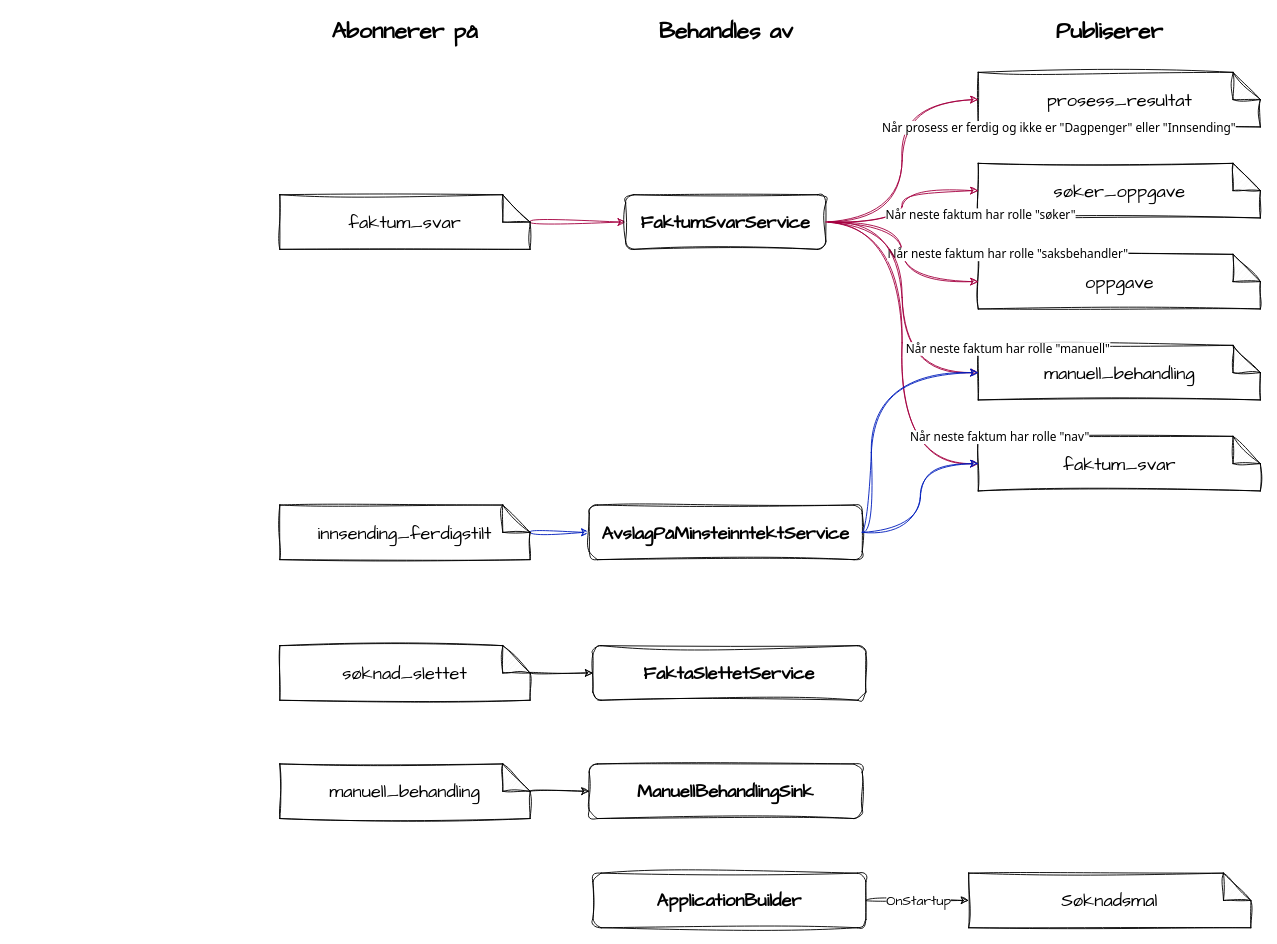
This is docs/innbyggerflate/losninger/soknad/dp-quiz-hendelser.drawio from navikt/dp-dokumentasjon, a draw.io file, before an edit. Source tidied: cells renumbered, new cells numbered last; positions are measured from the earlier drawing's top-left corner, leaving out a move shared by most shapes. Both pictures are drawn from the tidied source at 91%, with x=0, y=0 at pixel (279, 17).
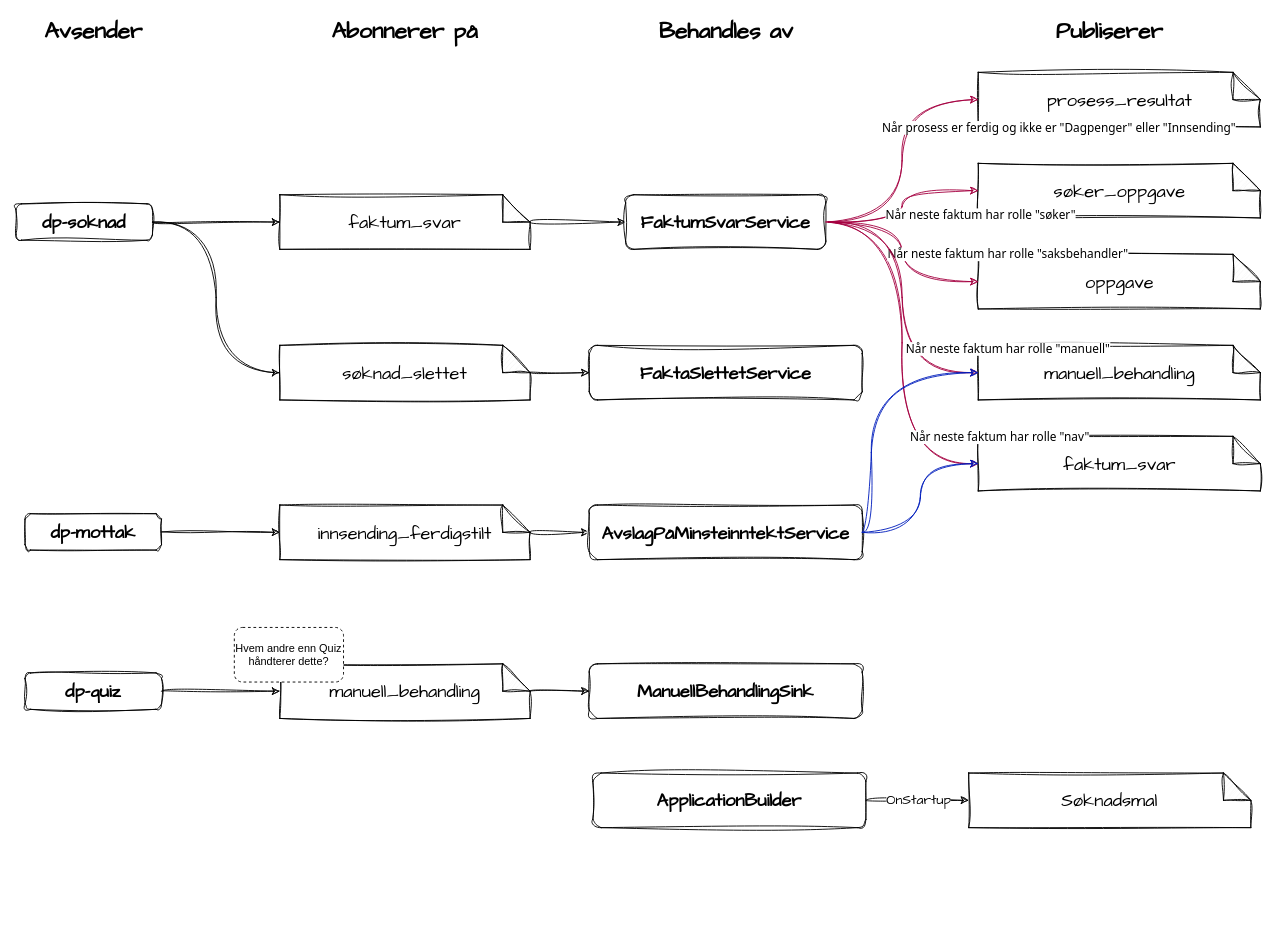
The same diagram, later.

Commit message:
Legger til avsender av hendelser

The change refers to these unchanged cells:
```xml
<mxCell id="3" value="&lt;div style=&quot;font-size: 20px;&quot;&gt;&lt;div style=&quot;font-size: 20px;&quot;&gt;&lt;span style=&quot;font-size: 20px;&quot;&gt;faktum_svar&lt;/span&gt;&lt;/div&gt;&lt;/div&gt;" style="shape=note;whiteSpace=wrap;html=1;backgroundOutline=1;darkOpacity=0.05;fontColor=default;labelBackgroundColor=none;sketch=1;curveFitting=1;jiggle=2;fontFamily=Architects Daughter;fontSize=20;" parent="1" vertex="1">
  <mxGeometry y="194.5" width="275" height="60" as="geometry" />
</mxCell>
<mxCell id="5" value="&lt;div style=&quot;font-size: 20px;&quot;&gt;&lt;div style=&quot;font-size: 20px;&quot;&gt;&lt;div style=&quot;font-size: 20px;&quot;&gt;&lt;div style=&quot;font-size: 20px;&quot;&gt;&lt;span style=&quot;font-size: 20px;&quot;&gt;innsending_ferdigstilt&lt;/span&gt;&lt;/div&gt;&lt;/div&gt;&lt;/div&gt;&lt;/div&gt;" style="shape=note;whiteSpace=wrap;html=1;backgroundOutline=1;darkOpacity=0.05;fontColor=default;labelBackgroundColor=none;sketch=1;curveFitting=1;jiggle=2;fontFamily=Architects Daughter;fontSize=20;" parent="1" vertex="1">
  <mxGeometry y="535.5" width="275" height="60" as="geometry" />
</mxCell>
<mxCell id="25" value="FaktumSvarService" style="rounded=1;whiteSpace=wrap;html=1;labelBorderColor=none;fontColor=default;labelBackgroundColor=none;fontSize=20;fontStyle=1;sketch=1;curveFitting=1;jiggle=2;fontFamily=Architects Daughter;" parent="1" vertex="1">
  <mxGeometry x="380" y="194.5" width="220" height="60" as="geometry" />
</mxCell>
<mxCell id="28" value="AvslagPåMinsteinntektService" style="rounded=1;whiteSpace=wrap;html=1;labelBorderColor=none;fontColor=default;labelBackgroundColor=none;fontSize=20;fontStyle=1;sketch=1;curveFitting=1;jiggle=2;fontFamily=Architects Daughter;" parent="1" vertex="1">
  <mxGeometry x="340" y="535.5" width="300" height="60" as="geometry" />
</mxCell>
```

Diff of the diagram source:
```diff
@@
-    <mxCell id="2" style="edgeStyle=orthogonalEdgeStyle;curved=1;html=1;entryX=0;entryY=0.5;entryDx=0;entryDy=0;fontSize=18;fontColor=#FFFFFF;sketch=1;curveFitting=1;jiggle=2;exitX=0;exitY=0;exitDx=275;exitDy=30;exitPerimeter=0;fillColor=#d80073;strokeColor=#A50040;" parent="1" edge="1" source="3" target="25">
+    <mxCell id="2" style="edgeStyle=orthogonalEdgeStyle;curved=1;html=1;entryX=0;entryY=0.5;entryDx=0;entryDy=0;fontSize=18;fontColor=#FFFFFF;sketch=1;curveFitting=1;jiggle=2;exitX=0;exitY=0;exitDx=275;exitDy=30;exitPerimeter=0;" parent="1" edge="1" source="3" target="25">
       <mxGeometry relative="1" as="geometry" />
     </mxCell>
@@
-    <mxCell id="4" style="edgeStyle=orthogonalEdgeStyle;curved=1;html=1;entryX=0;entryY=0.5;entryDx=0;entryDy=0;fontSize=18;fontColor=#FFFFFF;sketch=1;curveFitting=1;jiggle=2;fillColor=#0050ef;strokeColor=#001DBC;" parent="1" edge="1" source="5" target="28">
+    <mxCell id="4" style="edgeStyle=orthogonalEdgeStyle;curved=1;html=1;entryX=0;entryY=0.5;entryDx=0;entryDy=0;fontSize=18;fontColor=#FFFFFF;sketch=1;curveFitting=1;jiggle=2;" parent="1" edge="1" source="5" target="28">
       <mxGeometry relative="1" as="geometry" />
     </mxCell>
@@
     <mxCell id="7" value="&lt;div style=&quot;font-size: 20px;&quot;&gt;&lt;div style=&quot;font-size: 20px;&quot;&gt;&lt;div style=&quot;font-size: 20px;&quot;&gt;&lt;div style=&quot;font-size: 20px;&quot;&gt;&lt;div style=&quot;font-size: 20px;&quot;&gt;&lt;span style=&quot;font-size: 20px;&quot;&gt;søknad_slettet&lt;/span&gt;&lt;/div&gt;&lt;/div&gt;&lt;/div&gt;&lt;/div&gt;&lt;/div&gt;" style="shape=note;whiteSpace=wrap;html=1;backgroundOutline=1;darkOpacity=0.05;fontColor=default;labelBackgroundColor=none;sketch=1;curveFitting=1;jiggle=2;fontFamily=Architects Daughter;fontSize=20;" parent="1" vertex="1">
-      <mxGeometry y="690" width="275" height="60" as="geometry" />
+      <mxGeometry y="360" width="275" height="60" as="geometry" />
     </mxCell>
     <mxCell id="8" value="&lt;div style=&quot;font-size: 20px;&quot;&gt;&lt;div style=&quot;font-size: 20px;&quot;&gt;&lt;div style=&quot;font-size: 20px;&quot;&gt;&lt;div style=&quot;font-size: 20px;&quot;&gt;&lt;div style=&quot;font-size: 20px;&quot;&gt;&lt;div style=&quot;font-size: 20px;&quot;&gt;&lt;span style=&quot;font-size: 20px;&quot;&gt;manuell_behandling&lt;/span&gt;&lt;/div&gt;&lt;/div&gt;&lt;/div&gt;&lt;/div&gt;&lt;/div&gt;&lt;/div&gt;" style="shape=note;whiteSpace=wrap;html=1;backgroundOutline=1;darkOpacity=0.05;fontColor=default;labelBackgroundColor=none;sketch=1;curveFitting=1;jiggle=2;fontFamily=Architects Daughter;fontSize=20;" parent="1" vertex="1">
-      <mxGeometry y="820" width="275" height="60" as="geometry" />
+      <mxGeometry y="710" width="275" height="60" as="geometry" />
     </mxCell>
@@
     <mxCell id="16" value="Søknadsmal" style="shape=note;whiteSpace=wrap;html=1;backgroundOutline=1;darkOpacity=0.05;sketch=1;hachureGap=4;jiggle=2;curveFitting=1;fontFamily=Architects Daughter;fontSize=20;" parent="1" vertex="1">
-      <mxGeometry x="757" y="940" width="310" height="60" as="geometry" />
+      <mxGeometry x="757" y="830" width="310" height="60" as="geometry" />
     </mxCell>
@@
     <mxCell id="31" value="FaktaSlettetService" style="rounded=1;whiteSpace=wrap;html=1;labelBorderColor=none;fontColor=default;labelBackgroundColor=none;fontSize=20;fontStyle=1;sketch=1;curveFitting=1;jiggle=2;fontFamily=Architects Daughter;" parent="1" vertex="1">
-      <mxGeometry x="344" y="690" width="300" height="60" as="geometry" />
+      <mxGeometry x="340" y="360" width="300" height="60" as="geometry" />
     </mxCell>
     <mxCell id="32" value="ManuellBehandlingSink" style="rounded=1;whiteSpace=wrap;html=1;labelBorderColor=none;fontColor=default;labelBackgroundColor=none;fontSize=20;fontStyle=1;sketch=1;curveFitting=1;jiggle=2;fontFamily=Architects Daughter;" parent="1" vertex="1">
-      <mxGeometry x="340" y="820" width="300" height="60" as="geometry" />
+      <mxGeometry x="340" y="710" width="300" height="60" as="geometry" />
     </mxCell>
@@
     <mxCell id="34" value="ApplicationBuilder" style="rounded=1;whiteSpace=wrap;html=1;labelBorderColor=none;fontColor=default;labelBackgroundColor=none;fontSize=20;fontStyle=1;sketch=1;curveFitting=1;jiggle=2;fontFamily=Architects Daughter;" parent="1" vertex="1">
-      <mxGeometry x="344" y="940" width="300" height="60" as="geometry" />
+      <mxGeometry x="344" y="830" width="300" height="60" as="geometry" />
     </mxCell>
@@
+    <mxCell id="38" value="Avsender" style="rounded=1;whiteSpace=wrap;html=1;fontStyle=1;strokeColor=none;fontSize=25;sketch=1;curveFitting=1;jiggle=2;fontFamily=Architects Daughter;shadow=0;glass=0;" parent="1" vertex="1">
+      <mxGeometry x="-286.2" width="162.5" height="30" as="geometry" />
+    </mxCell>
+    <mxCell id="39" value="dp-soknad" style="rounded=1;whiteSpace=wrap;html=1;labelBorderColor=none;fontColor=default;labelBackgroundColor=none;fontSize=20;fontStyle=1;sketch=1;curveFitting=1;jiggle=2;fontFamily=Architects Daughter;" parent="1" vertex="1">
+      <mxGeometry x="-290" y="204.5" width="150" height="40" as="geometry" />
+    </mxCell>
+    <mxCell id="40" style="edgeStyle=orthogonalEdgeStyle;curved=1;html=1;fontSize=18;fontColor=#FFFFFF;sketch=1;curveFitting=1;jiggle=2;" parent="1" edge="1" source="39" target="3">
+      <mxGeometry relative="1" as="geometry" />
+    </mxCell>
+    <mxCell id="41" value="dp-mottak" style="rounded=1;whiteSpace=wrap;html=1;labelBorderColor=none;fontColor=default;labelBackgroundColor=none;fontSize=20;fontStyle=1;sketch=1;curveFitting=1;jiggle=2;fontFamily=Architects Daughter;" parent="1" vertex="1">
+      <mxGeometry x="-280" y="545" width="150" height="40" as="geometry" />
+    </mxCell>
+    <mxCell id="42" style="edgeStyle=orthogonalEdgeStyle;curved=1;html=1;fontSize=18;fontColor=#FFFFFF;sketch=1;curveFitting=1;jiggle=2;exitX=1;exitY=0.5;exitDx=0;exitDy=0;" parent="1" edge="1" source="41" target="5">
+      <mxGeometry relative="1" as="geometry" />
+    </mxCell>
+    <mxCell id="43" style="edgeStyle=orthogonalEdgeStyle;curved=1;html=1;fontSize=18;fontColor=#FFFFFF;sketch=1;curveFitting=1;jiggle=2;exitX=1;exitY=0.5;exitDx=0;exitDy=0;entryX=0;entryY=0.5;entryDx=0;entryDy=0;entryPerimeter=0;" parent="1" edge="1" source="39" target="7">
+      <mxGeometry relative="1" as="geometry" />
+    </mxCell>
+    <mxCell id="44" value="dp-quiz" style="rounded=1;whiteSpace=wrap;html=1;labelBorderColor=none;fontColor=default;labelBackgroundColor=none;fontSize=20;fontStyle=1;sketch=1;curveFitting=1;jiggle=2;fontFamily=Architects Daughter;" parent="1" vertex="1">
+      <mxGeometry x="-280" y="720" width="150" height="40" as="geometry" />
+    </mxCell>
+    <mxCell id="45" style="edgeStyle=orthogonalEdgeStyle;curved=1;html=1;fontSize=18;fontColor=#FFFFFF;sketch=1;curveFitting=1;jiggle=2;exitX=1;exitY=0.5;exitDx=0;exitDy=0;entryX=0;entryY=0.5;entryDx=0;entryDy=0;entryPerimeter=0;" parent="1" edge="1" source="44" target="8">
+      <mxGeometry relative="1" as="geometry" />
+    </mxCell>
+    <mxCell id="46" value="Hvem andre enn Quiz håndterer dette?" style="rounded=1;whiteSpace=wrap;html=1;dashed=1;" parent="1" vertex="1">
+      <mxGeometry x="-50" y="670" width="120" height="60" as="geometry" />
+    </mxCell>
```
